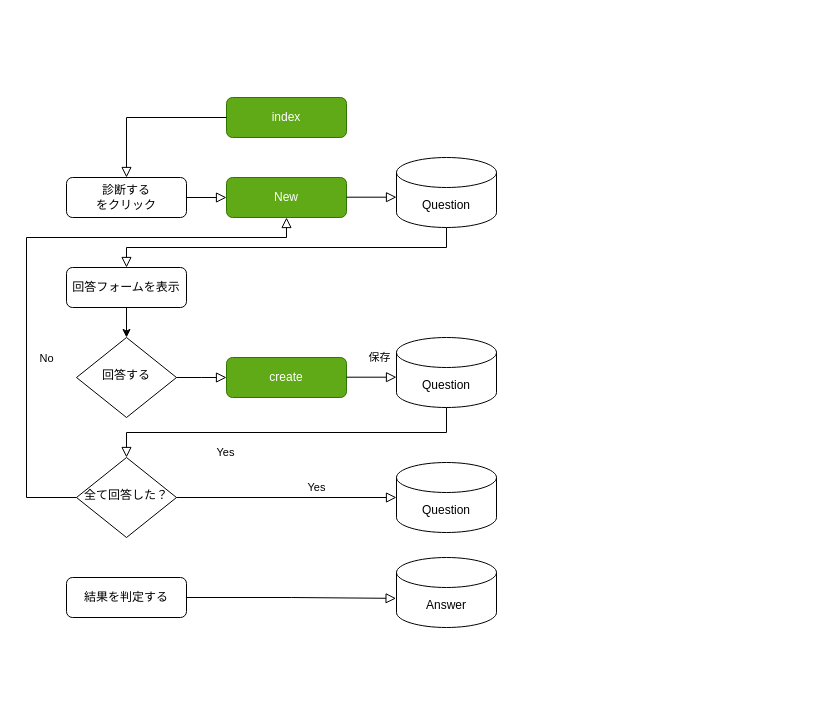
Above: page "フロー図" (1 of 2) of flowchart.dio in UN2009-development/personality_test (draw.io), before the change. Source tidied: cells renumbered, new cells numbered last; positions are measured from the earlier drawing's top-left corner, leaving out a move shared by most shapes. Both pictures are drawn from the tidied source at 100%, with x=0, y=0 at pixel (26, 97).
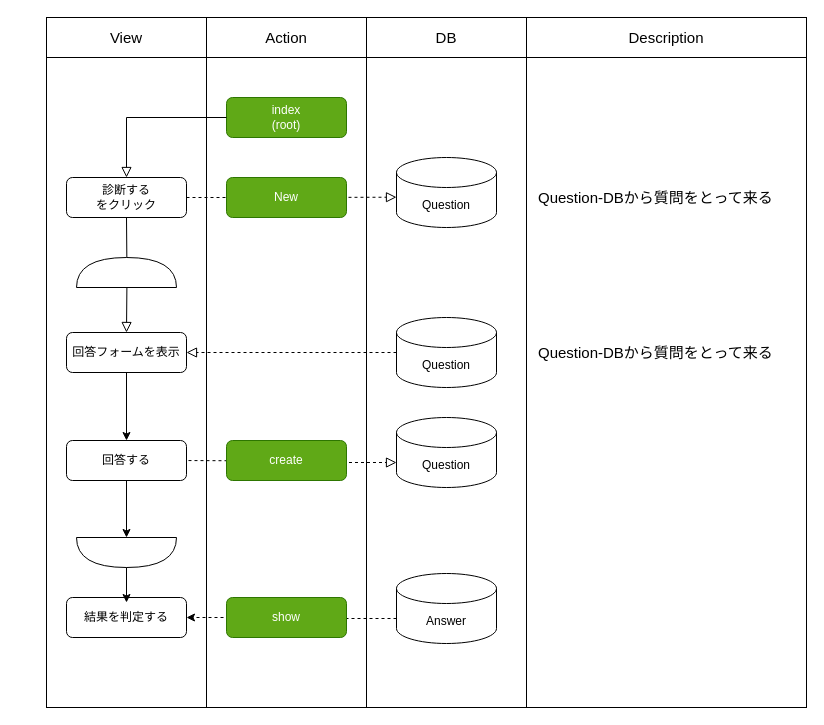
After the change.

Unchanged cells that the change refers to:
```xml
<mxCell id="2" value="診断する&lt;br&gt;をクリック" style="rounded=1;whiteSpace=wrap;html=1;fontSize=12;glass=0;strokeWidth=1;shadow=0;" parent="1" vertex="1">
  <mxGeometry x="40" y="80" width="120" height="40" as="geometry" />
</mxCell>
<mxCell id="11" value="Question" style="shape=cylinder3;whiteSpace=wrap;html=1;boundedLbl=1;backgroundOutline=1;size=15;" parent="1" vertex="1">
  <mxGeometry x="370" y="60" width="100" height="70" as="geometry" />
</mxCell>
```

Diff of the diagram source:
```diff
@@
+    <mxCell id="25" style="rounded=0;whiteSpace=wrap;html=1;" parent="1" vertex="1">
+      <mxGeometry x="340" y="-40" width="160" height="650" as="geometry" />
+    </mxCell>
+    <mxCell id="26" value="DB" style="rounded=0;whiteSpace=wrap;html=1;fontSize=15;fontStyle=0;strokeWidth=1;" parent="1" vertex="1">
+      <mxGeometry x="340" y="-80" width="160" height="40" as="geometry" />
+    </mxCell>
+    <mxCell id="27" style="rounded=0;whiteSpace=wrap;html=1;" parent="1" vertex="1">
+      <mxGeometry x="180" y="-40" width="160" height="650" as="geometry" />
+    </mxCell>
+    <mxCell id="28" value="Action" style="rounded=0;whiteSpace=wrap;html=1;fontSize=15;fontStyle=0;strokeWidth=1;" parent="1" vertex="1">
+      <mxGeometry x="180" y="-80" width="160" height="40" as="geometry" />
+    </mxCell>
+    <mxCell id="29" style="rounded=0;whiteSpace=wrap;html=1;" parent="1" vertex="1">
+      <mxGeometry x="20" y="-40" width="160" height="650" as="geometry" />
+    </mxCell>
@@
-    <mxCell id="3" style="edgeStyle=orthogonalEdgeStyle;rounded=0;html=1;jettySize=auto;fontSize=11;endArrow=block;endFill=0;endSize=8;strokeWidth=1;shadow=0;labelBackgroundColor=none;exitX=0.5;exitY=1;exitDx=0;exitDy=0;entryX=0.5;entryY=0;entryDx=0;entryDy=0;exitPerimeter=0;" parent="1" edge="1" source="11" target="9">
-      <mxGeometry y="10" relative="1" as="geometry" />
-    </mxCell>
-    <mxCell id="4" value="回答する" style="rhombus;whiteSpace=wrap;html=1;shadow=0;fontFamily=Helvetica;fontSize=12;align=center;strokeWidth=1;spacing=6;spacingTop=-4;" parent="1" vertex="1">
-      <mxGeometry x="50" y="240" width="100" height="80" as="geometry" />
-    </mxCell>
-    <mxCell id="5" style="rounded=0;html=1;jettySize=auto;fontSize=11;endArrow=block;endFill=0;endSize=8;strokeWidth=1;shadow=0;labelBackgroundColor=none;edgeStyle=orthogonalEdgeStyle;entryX=0;entryY=0.5;entryDx=0;entryDy=0;exitX=1;exitY=0.5;exitDx=0;exitDy=0;" parent="1" edge="1" source="2" target="6">
-      <mxGeometry relative="1" as="geometry" />
-    </mxCell>
-    <mxCell id="6" value="New" style="rounded=1;whiteSpace=wrap;html=1;fontSize=12;glass=0;strokeWidth=1;shadow=0;fillColor=#60a917;strokeColor=#2D7600;fontColor=#ffffff;" parent="1" vertex="1">
-      <mxGeometry x="200" y="80" width="120" height="40" as="geometry" />
-    </mxCell>
-    <mxCell id="7" value="index" style="rounded=1;whiteSpace=wrap;html=1;fontSize=12;glass=0;strokeWidth=1;shadow=0;fillColor=#60a917;strokeColor=#2D7600;fontColor=#ffffff;" parent="1" vertex="1">
+    <mxCell id="7" value="index&lt;br&gt;(root)" style="rounded=1;whiteSpace=wrap;html=1;fontSize=12;glass=0;strokeWidth=1;shadow=0;fillColor=#60a917;strokeColor=#2D7600;fontColor=#ffffff;" parent="1" vertex="1">
       <mxGeometry x="200" width="120" height="40" as="geometry" />
     </mxCell>
@@
     <mxCell id="9" value="回答フォームを表示" style="rounded=1;whiteSpace=wrap;html=1;fontSize=12;glass=0;strokeWidth=1;shadow=0;" parent="1" vertex="1">
-      <mxGeometry x="40" y="170" width="120" height="40" as="geometry" />
+      <mxGeometry x="40" y="235" width="120" height="40" as="geometry" />
     </mxCell>
-    <mxCell id="10" value="create" style="rounded=1;whiteSpace=wrap;html=1;fontSize=12;glass=0;strokeWidth=1;shadow=0;fillColor=#60a917;strokeColor=#2D7600;fontColor=#ffffff;" parent="1" vertex="1">
-      <mxGeometry x="200" y="260" width="120" height="40" as="geometry" />
-    </mxCell>
@@
-    <mxCell id="12" style="endArrow=classic;html=1;exitX=0.5;exitY=1;exitDx=0;exitDy=0;" parent="1" edge="1" source="9" target="4">
+    <mxCell id="12" style="endArrow=classic;html=1;exitX=0.5;exitY=1;exitDx=0;exitDy=0;entryX=0.5;entryY=0;entryDx=0;entryDy=0;" parent="1" edge="1" source="9" target="4">
       <mxGeometry relative="1" as="geometry" />
     </mxCell>
-    <mxCell id="13" style="rounded=0;html=1;jettySize=auto;fontSize=11;endArrow=block;endFill=0;endSize=8;strokeWidth=1;shadow=0;labelBackgroundColor=none;edgeStyle=orthogonalEdgeStyle;exitX=1;exitY=0.5;exitDx=0;exitDy=0;" parent="1" edge="1" source="4">
+    <mxCell id="13" style="rounded=0;html=1;jettySize=auto;fontSize=11;endArrow=block;endFill=0;endSize=8;strokeWidth=1;shadow=0;labelBackgroundColor=none;edgeStyle=orthogonalEdgeStyle;exitX=1;exitY=0.5;exitDx=0;exitDy=0;entryX=0;entryY=0;entryDx=0;entryDy=45;entryPerimeter=0;dashed=1;" parent="1" edge="1" target="14">
       <mxGeometry x="0.33" y="20" relative="1" as="geometry">
-        <mxPoint x="200" y="280" as="targetPoint" />
+        <mxPoint x="150" y="363" as="sourcePoint" />
       </mxGeometry>
     </mxCell>
     <mxCell id="14" value="Question" style="shape=cylinder3;whiteSpace=wrap;html=1;boundedLbl=1;backgroundOutline=1;size=15;" parent="1" vertex="1">
-      <mxGeometry x="370" y="240" width="100" height="70" as="geometry" />
+      <mxGeometry x="370" y="320" width="100" height="70" as="geometry" />
     </mxCell>
-    <mxCell id="15" value="保存" style="rounded=0;html=1;jettySize=auto;orthogonalLoop=1;fontSize=11;endArrow=block;endFill=0;endSize=8;strokeWidth=1;shadow=0;labelBackgroundColor=none;edgeStyle=orthogonalEdgeStyle;exitX=1;exitY=0.5;exitDx=0;exitDy=0;" parent="1" edge="1">
-      <mxGeometry x="0.33" y="20" relative="1" as="geometry">
-        <mxPoint x="320" y="279.7" as="sourcePoint" />
-        <mxPoint x="370" y="279.7" as="targetPoint" />
-      </mxGeometry>
-    </mxCell>
-    <mxCell id="16" style="rounded=0;html=1;jettySize=auto;orthogonalLoop=1;fontSize=11;endArrow=block;endFill=0;endSize=8;strokeWidth=1;shadow=0;labelBackgroundColor=none;edgeStyle=orthogonalEdgeStyle;exitX=1;exitY=0.5;exitDx=0;exitDy=0;" parent="1" edge="1">
+    <mxCell id="16" style="rounded=0;html=1;jettySize=auto;fontSize=11;endArrow=block;endFill=0;endSize=8;strokeWidth=1;shadow=0;labelBackgroundColor=none;edgeStyle=orthogonalEdgeStyle;dashed=1;" parent="1" edge="1" source="2">
       <mxGeometry x="0.2" y="20" relative="1" as="geometry">
-        <mxPoint x="320" y="99.7" as="sourcePoint" />
         <mxPoint x="370" y="99.7" as="targetPoint" />
       </mxGeometry>
     </mxCell>
-    <mxCell id="17" value="全て回答した？" style="rhombus;whiteSpace=wrap;html=1;shadow=0;fontFamily=Helvetica;fontSize=12;align=center;strokeWidth=1;spacing=6;spacingTop=-4;" parent="1" vertex="1">
-      <mxGeometry x="50" y="360" width="100" height="80" as="geometry" />
-    </mxCell>
-    <mxCell id="18" value="Yes" style="rounded=0;html=1;jettySize=auto;fontSize=11;endArrow=block;endFill=0;endSize=8;strokeWidth=1;shadow=0;labelBackgroundColor=none;edgeStyle=orthogonalEdgeStyle;exitX=1;exitY=0.5;exitDx=0;exitDy=0;entryX=0;entryY=0.5;entryDx=0;entryDy=0;entryPerimeter=0;" parent="1" edge="1" source="17" target="23">
-      <mxGeometry x="0.27" y="10" relative="1" as="geometry" />
-    </mxCell>
-    <mxCell id="19" value="No" style="rounded=0;html=1;jettySize=auto;fontSize=11;endArrow=block;endFill=0;endSize=8;strokeWidth=1;shadow=0;labelBackgroundColor=none;edgeStyle=orthogonalEdgeStyle;entryX=0.5;entryY=1;entryDx=0;entryDy=0;exitX=0.5;exitY=1;exitDx=0;exitDy=0;" parent="1" edge="1" target="6">
-      <mxGeometry x="-0.36" y="-20" relative="1" as="geometry">
-        <mxPoint x="50" y="400" as="sourcePoint" />
-        <Array as="points">
-          <mxPoint y="400" />
-          <mxPoint y="140" />
-          <mxPoint x="260" y="140" />
-        </Array>
-      </mxGeometry>
-    </mxCell>
     <mxCell id="20" value="結果を判定する" style="rounded=1;whiteSpace=wrap;html=1;fontSize=12;glass=0;strokeWidth=1;shadow=0;" parent="1" vertex="1">
-      <mxGeometry x="40" y="480" width="120" height="40" as="geometry" />
+      <mxGeometry x="40" y="500" width="120" height="40" as="geometry" />
     </mxCell>
+    <mxCell id="30" style="edgeStyle=orthogonalEdgeStyle;rounded=0;jettySize=auto;html=1;dashed=1;entryX=1;entryY=0.5;entryDx=0;entryDy=0;exitX=0;exitY=0;exitDx=0;exitDy=45;exitPerimeter=0;" parent="1" edge="1" source="21" target="20">
+      <mxGeometry relative="1" as="geometry" />
+    </mxCell>
     <mxCell id="21" value="Answer" style="shape=cylinder3;whiteSpace=wrap;html=1;boundedLbl=1;backgroundOutline=1;size=15;" parent="1" vertex="1">
-      <mxGeometry x="370" y="460" width="100" height="70" as="geometry" />
+      <mxGeometry x="370" y="476" width="100" height="70" as="geometry" />
     </mxCell>
-    <mxCell id="22" style="rounded=0;html=1;jettySize=auto;fontSize=11;endArrow=block;endFill=0;endSize=8;strokeWidth=1;shadow=0;labelBackgroundColor=none;edgeStyle=orthogonalEdgeStyle;entryX=-0.004;entryY=0.584;entryDx=0;entryDy=0;entryPerimeter=0;exitX=1;exitY=0.5;exitDx=0;exitDy=0;" parent="1" edge="1" source="20" target="21">
-      <mxGeometry x="0.33" y="20" relative="1" as="geometry" />
-    </mxCell>
+    <mxCell id="31" style="rounded=0;html=1;jettySize=auto;fontSize=11;endArrow=block;endFill=0;endSize=8;strokeWidth=1;shadow=0;labelBackgroundColor=none;edgeStyle=orthogonalEdgeStyle;" parent="1" edge="1" target="9">
+      <mxGeometry relative="1" as="geometry">
+        <mxPoint x="100" y="120" as="sourcePoint" />
+      </mxGeometry>
+    </mxCell>
+    <mxCell id="32" value="View" style="rounded=0;whiteSpace=wrap;html=1;fontSize=15;fontStyle=0;strokeWidth=1;" parent="1" vertex="1">
+      <mxGeometry x="20" y="-80" width="160" height="40" as="geometry" />
+    </mxCell>
     <mxCell id="23" value="Question" style="shape=cylinder3;whiteSpace=wrap;html=1;boundedLbl=1;backgroundOutline=1;size=15;" parent="1" vertex="1">
-      <mxGeometry x="370" y="365" width="100" height="70" as="geometry" />
+      <mxGeometry x="370" y="220" width="100" height="70" as="geometry" />
     </mxCell>
-    <mxCell id="24" value="Yes" style="rounded=0;html=1;jettySize=auto;fontSize=11;endArrow=block;endFill=0;endSize=8;strokeWidth=1;shadow=0;labelBackgroundColor=none;edgeStyle=orthogonalEdgeStyle;exitX=0.5;exitY=1;exitDx=0;exitDy=0;exitPerimeter=0;" parent="1" edge="1" source="14" target="17">
-      <mxGeometry x="0.33" y="20" relative="1" as="geometry" />
-    </mxCell>
+    <mxCell id="33" style="rounded=0;html=1;jettySize=auto;fontSize=11;endArrow=block;endFill=0;endSize=8;strokeWidth=1;shadow=0;labelBackgroundColor=none;edgeStyle=orthogonalEdgeStyle;dashed=1;entryX=1;entryY=0.5;entryDx=0;entryDy=0;exitX=0;exitY=0.5;exitDx=0;exitDy=0;exitPerimeter=0;" parent="1" edge="1" source="23" target="9">
+      <mxGeometry x="0.2" y="20" relative="1" as="geometry" />
+    </mxCell>
+    <mxCell id="6" value="New" style="rounded=1;whiteSpace=wrap;html=1;fontSize=12;glass=0;strokeWidth=1;shadow=0;fillColor=#60a917;strokeColor=#2D7600;fontColor=#ffffff;" parent="1" vertex="1">
+      <mxGeometry x="200" y="80" width="120" height="40" as="geometry" />
+    </mxCell>
+    <mxCell id="10" value="create" style="rounded=1;whiteSpace=wrap;html=1;fontSize=12;glass=0;strokeWidth=1;shadow=0;fillColor=#60a917;strokeColor=#2D7600;fontColor=#ffffff;" parent="1" vertex="1">
+      <mxGeometry x="200" y="343" width="120" height="40" as="geometry" />
+    </mxCell>
+    <mxCell id="34" style="shape=or;whiteSpace=wrap;html=1;direction=north;" parent="1" vertex="1">
+      <mxGeometry x="50" y="160" width="100" height="30" as="geometry" />
+    </mxCell>
+    <mxCell id="35" style="shape=or;whiteSpace=wrap;html=1;direction=south;" parent="1" vertex="1">
+      <mxGeometry x="50" y="440" width="100" height="30" as="geometry" />
+    </mxCell>
+    <mxCell id="36" style="endArrow=classic;html=1;entryX=0;entryY=0.5;entryDx=0;entryDy=0;entryPerimeter=0;exitX=0.5;exitY=1;exitDx=0;exitDy=0;" parent="1" edge="1" source="4" target="35">
+      <mxGeometry relative="1" as="geometry" />
+    </mxCell>
+    <mxCell id="37" style="endArrow=classic;html=1;exitX=1;exitY=0.5;exitDx=0;exitDy=0;exitPerimeter=0;" parent="1" edge="1" source="35">
+      <mxGeometry relative="1" as="geometry">
+        <mxPoint x="100" y="505" as="targetPoint" />
+      </mxGeometry>
+    </mxCell>
+    <mxCell id="38" style="endArrow=classic;html=1;dashed=1;exitX=0.5;exitY=1;exitDx=0;exitDy=0;entryX=0.5;entryY=0;entryDx=0;entryDy=0;" parent="1" edge="1">
+      <mxGeometry relative="1" as="geometry">
+        <mxPoint x="660" y="485" as="sourcePoint" />
+        <mxPoint x="740" y="440" as="targetPoint" />
+      </mxGeometry>
+    </mxCell>
+    <mxCell id="39" value="show" style="rounded=1;whiteSpace=wrap;html=1;fontSize=12;glass=0;strokeWidth=1;shadow=0;fillColor=#60a917;strokeColor=#2D7600;fontColor=#ffffff;" parent="1" vertex="1">
+      <mxGeometry x="200" y="500" width="120" height="40" as="geometry" />
+    </mxCell>
+    <mxCell id="40" style="rounded=0;whiteSpace=wrap;html=1;" parent="1" vertex="1">
+      <mxGeometry x="500" y="-40" width="280" height="650" as="geometry" />
+    </mxCell>
+    <mxCell id="41" value="Description" style="rounded=0;whiteSpace=wrap;html=1;fontSize=15;fontStyle=0;strokeWidth=1;" parent="1" vertex="1">
+      <mxGeometry x="500" y="-80" width="280" height="40" as="geometry" />
+    </mxCell>
+    <mxCell id="4" value="回答する" style="rounded=1;whiteSpace=wrap;html=1;fontSize=12;glass=0;strokeWidth=1;shadow=0;" parent="1" vertex="1">
+      <mxGeometry x="40" y="343" width="120" height="40" as="geometry" />
+    </mxCell>
+    <mxCell id="42" value="Question-DBから質問をとって来る" style="text;html=1;strokeColor=none;fillColor=none;align=left;verticalAlign=middle;whiteSpace=wrap;rounded=0;fontSize=15;" parent="1" vertex="1">
+      <mxGeometry x="510" y="90" width="240" height="20" as="geometry" />
+    </mxCell>
+    <mxCell id="43" value="Question-DBから質問をとって来る" style="text;html=1;strokeColor=none;fillColor=none;align=left;verticalAlign=middle;whiteSpace=wrap;rounded=0;fontSize=15;" parent="1" vertex="1">
+      <mxGeometry x="510" y="245" width="240" height="20" as="geometry" />
+    </mxCell>
```
